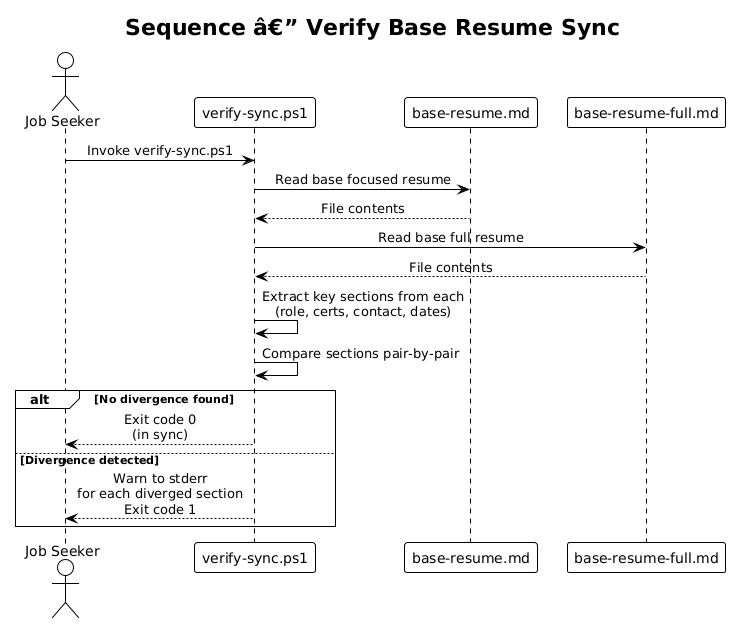
Above: docs/detailed-designs/02-document-generation/diagrams/sequence_verify_sync.png in QuinntyneBrown/Orbit (PlantUML), before the change.
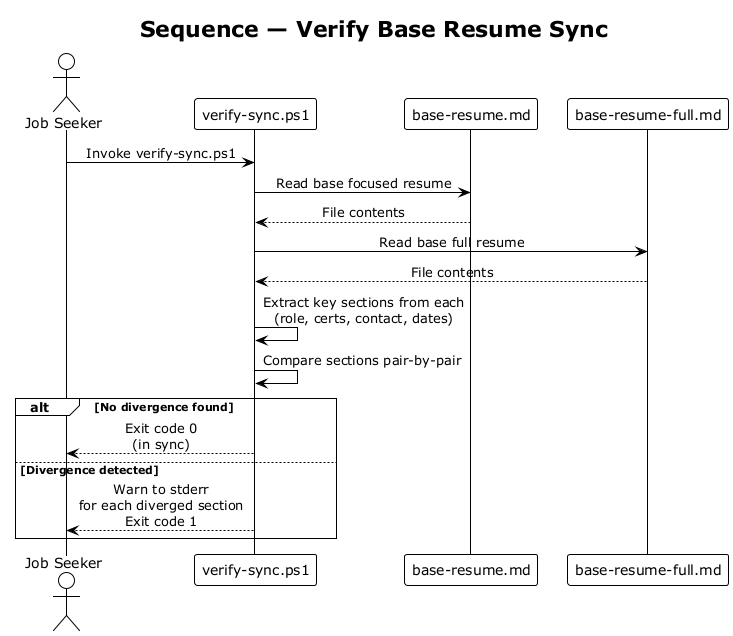
Later version of the same file.

Diff of the diagram source:
```diff
@@ -1,8 +1,8 @@
-@startuml
+@startuml sequence_verify_sync
 !theme plain
 skinparam sequenceMessageAlign center
 
-title Sequence â€” Verify Base Resume Sync
+title Sequence — Verify Base Resume Sync
 
 actor "Job Seeker" as User
 participant "verify-sync.ps1" as Script
@@ -22,4 +22,5 @@
 else Divergence detected
     Script --> User : Warn to stderr\nfor each diverged section\nExit code 1
 end
+
 @enduml
```
